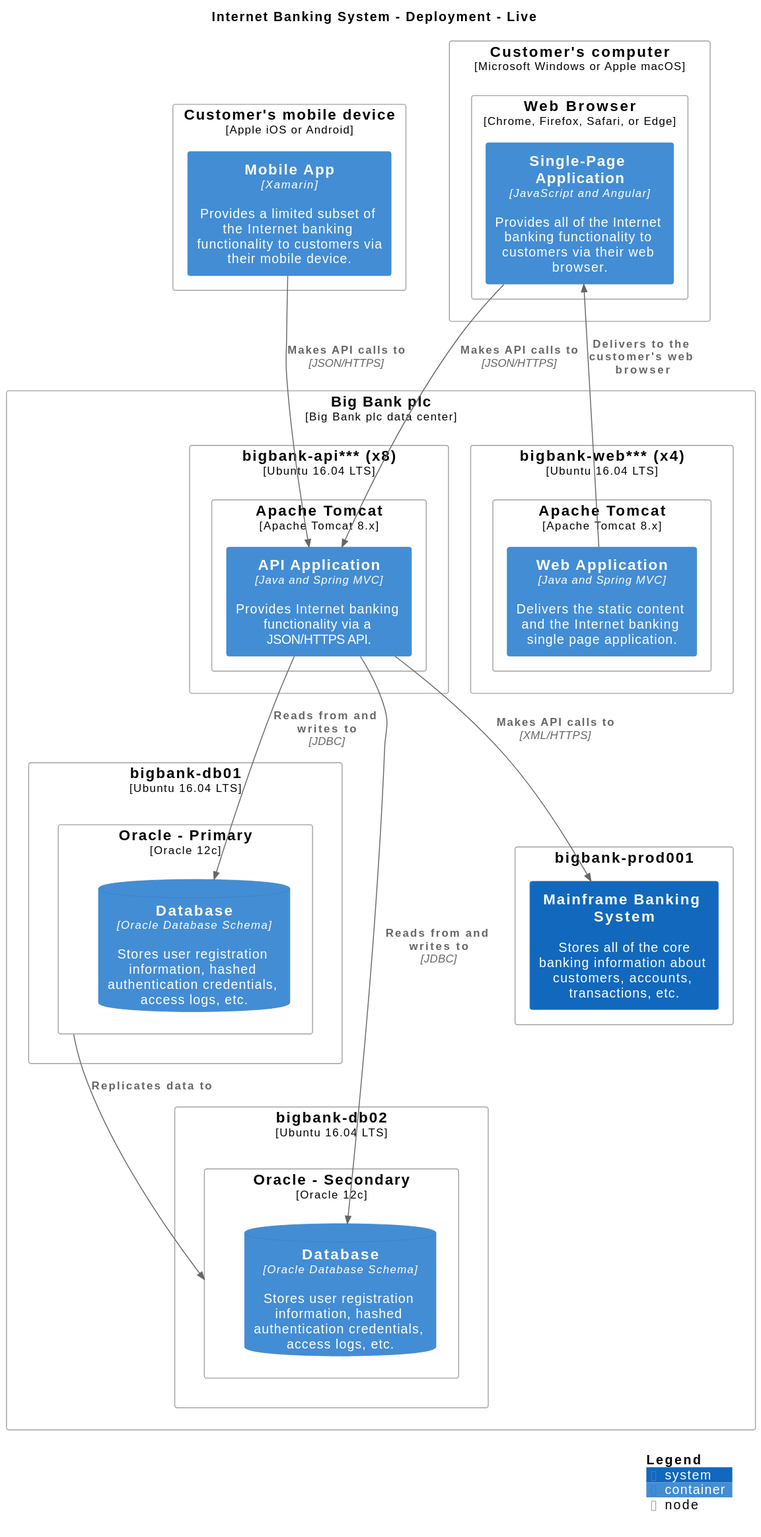
Earlier version of the PlantUML export main/svg/LiveDeployment.svg (avisi-cloud/structurizr-site-generatr). Its source is kept beside it as main/puml/LiveDeployment.puml. The source it was exported from:
```plantuml
@startuml
title Internet Banking System - Deployment - Live

top to bottom direction

!include https://raw.githubusercontent.com/plantuml-stdlib/C4-PlantUML/master/C4.puml
!include https://raw.githubusercontent.com/plantuml-stdlib/C4-PlantUML/master/C4_Context.puml
!include https://raw.githubusercontent.com/plantuml-stdlib/C4-PlantUML/master/C4_Container.puml
!include https://raw.githubusercontent.com/plantuml-stdlib/C4-PlantUML/master/C4_Deployment.puml

Deployment_Node(Live.Customersmobiledevice, "Customer's mobile device", "Apple iOS or Android", $tags="") {
  Container(Live.Customersmobiledevice.MobileApp_1, "Mobile App", "Xamarin", "Provides a limited subset of the Internet banking functionality to customers via their mobile device.", $tags="")
}

Deployment_Node(Live.Customerscomputer, "Customer's computer", "Microsoft Windows or Apple macOS", $tags="") {
  Deployment_Node(Live.Customerscomputer.WebBrowser, "Web Browser", "Chrome, Firefox, Safari, or Edge", $tags="") {
    Container(Live.Customerscomputer.WebBrowser.SinglePageApplication_1, "Single-Page Application", "JavaScript and Angular", "Provides all of the Internet banking functionality to customers via their web browser.", $tags="")
  }

}

Deployment_Node(Live.BigBankplc, "Big Bank plc", "Big Bank plc data center", $tags="") {
  Deployment_Node(Live.BigBankplc.bigbankapi, "bigbank-api*** (x8)", "Ubuntu 16.04 LTS", $tags="") {
    Deployment_Node(Live.BigBankplc.bigbankapi.ApacheTomcat, "Apache Tomcat", "Apache Tomcat 8.x", $tags="") {
      Container(Live.BigBankplc.bigbankapi.ApacheTomcat.APIApplication_1, "API Application", "Java and Spring MVC", "Provides Internet banking functionality via a JSON/HTTPS API.", $tags="")
    }

  }

  Deployment_Node(Live.BigBankplc.bigbankdb01, "bigbank-db01", "Ubuntu 16.04 LTS", $tags="") {
    Deployment_Node(Live.BigBankplc.bigbankdb01.OraclePrimary, "Oracle - Primary", "Oracle 12c", $tags="") {
      ContainerDb(Live.BigBankplc.bigbankdb01.OraclePrimary.Database_1, "Database", "Oracle Database Schema", "Stores user registration information, hashed authentication credentials, access logs, etc.", $tags="")
    }

  }

  Deployment_Node(Live.BigBankplc.bigbankdb02, "bigbank-db02", "Ubuntu 16.04 LTS", $tags="") {
    Deployment_Node(Live.BigBankplc.bigbankdb02.OracleSecondary, "Oracle - Secondary", "Oracle 12c", $tags="") {
      ContainerDb(Live.BigBankplc.bigbankdb02.OracleSecondary.Database_1, "Database", "Oracle Database Schema", "Stores user registration information, hashed authentication credentials, access logs, etc.", $tags="")
    }

  }

  Deployment_Node(Live.BigBankplc.bigbankprod001, "bigbank-prod001", $tags="") {
    System(Live.BigBankplc.bigbankprod001.MainframeBankingSystem_1, "Mainframe Banking System", "Stores all of the core banking information about customers, accounts, transactions, etc.", $tags="")
  }

  Deployment_Node(Live.BigBankplc.bigbankweb, "bigbank-web*** (x4)", "Ubuntu 16.04 LTS", $tags="") {
    Deployment_Node(Live.BigBankplc.bigbankweb.ApacheTomcat, "Apache Tomcat", "Apache Tomcat 8.x", $tags="") {
      Container(Live.BigBankplc.bigbankweb.ApacheTomcat.WebApplication_1, "Web Application", "Java and Spring MVC", "Delivers the static content and the Internet banking single page application.", $tags="")
    }

  }

}

Rel_D(Live.BigBankplc.bigbankweb.ApacheTomcat.WebApplication_1, Live.Customerscomputer.WebBrowser.SinglePageApplication_1, "Delivers to the customer's web browser", $tags="")
Rel_D(Live.Customerscomputer.WebBrowser.SinglePageApplication_1, Live.BigBankplc.bigbankapi.ApacheTomcat.APIApplication_1, "Makes API calls to", "JSON/HTTPS", $tags="")
Rel_D(Live.Customersmobiledevice.MobileApp_1, Live.BigBankplc.bigbankapi.ApacheTomcat.APIApplication_1, "Makes API calls to", "JSON/HTTPS", $tags="")
Rel_D(Live.BigBankplc.bigbankapi.ApacheTomcat.APIApplication_1, Live.BigBankplc.bigbankdb01.OraclePrimary.Database_1, "Reads from and writes to", "JDBC", $tags="")
Rel_D(Live.BigBankplc.bigbankapi.ApacheTomcat.APIApplication_1, Live.BigBankplc.bigbankdb02.OracleSecondary.Database_1, "Reads from and writes to", "JDBC", $tags="")
Rel_D(Live.BigBankplc.bigbankapi.ApacheTomcat.APIApplication_1, Live.BigBankplc.bigbankprod001.MainframeBankingSystem_1, "Makes API calls to", "XML/HTTPS", $tags="")
Rel_D(Live.BigBankplc.bigbankdb01.OraclePrimary, Live.BigBankplc.bigbankdb02.OracleSecondary, "Replicates data to", $tags="")

SHOW_LEGEND()
@enduml
```
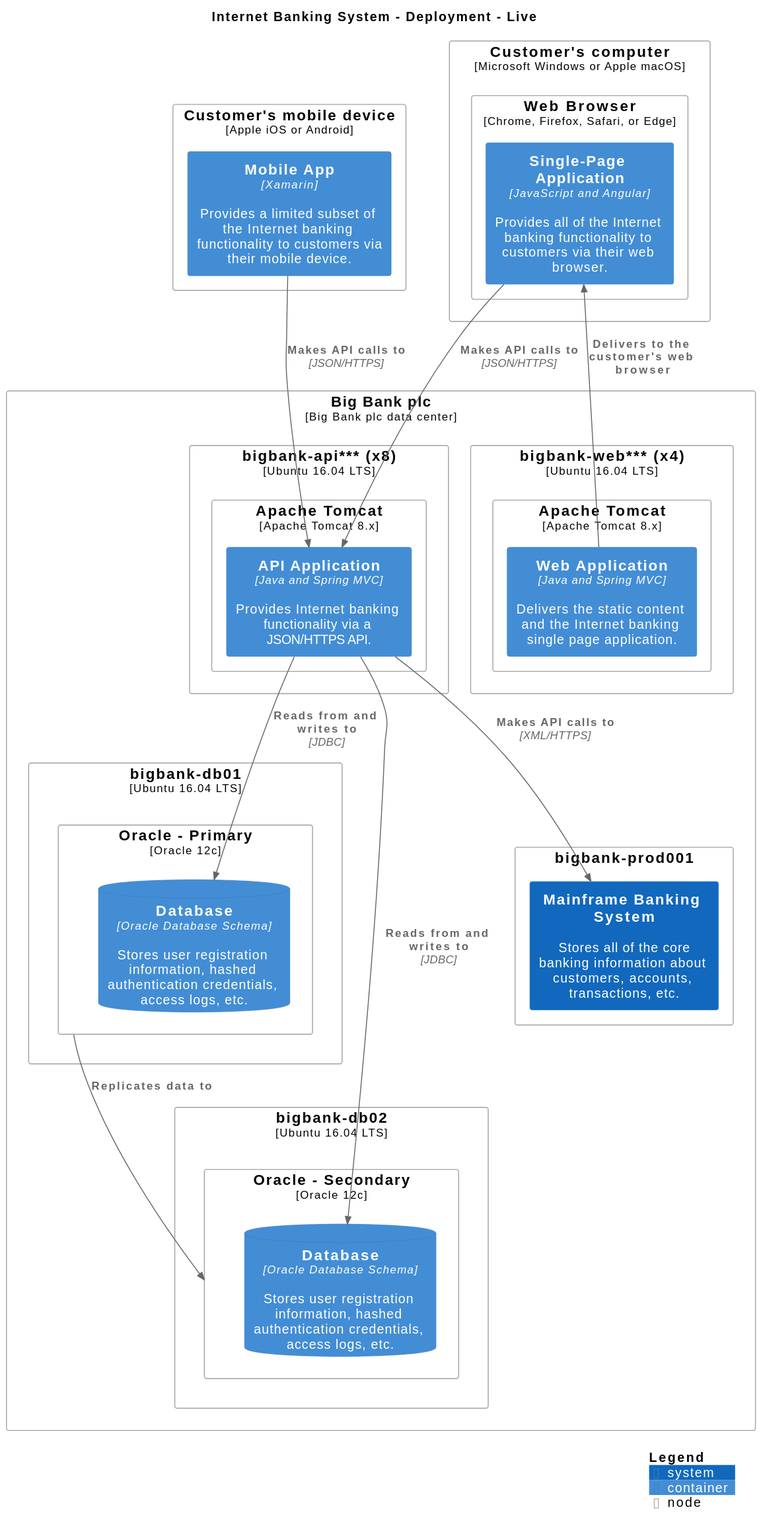
The same diagram one commit later.

What changed in the source:
```diff
@@ -55,8 +55,8 @@
 }
 
 Rel_D(Live.BigBankplc.bigbankweb.ApacheTomcat.WebApplication_1, Live.Customerscomputer.WebBrowser.SinglePageApplication_1, "Delivers to the customer's web browser", $tags="")
+Rel_D(Live.Customersmobiledevice.MobileApp_1, Live.BigBankplc.bigbankapi.ApacheTomcat.APIApplication_1, "Makes API calls to", "JSON/HTTPS", $tags="")
 Rel_D(Live.Customerscomputer.WebBrowser.SinglePageApplication_1, Live.BigBankplc.bigbankapi.ApacheTomcat.APIApplication_1, "Makes API calls to", "JSON/HTTPS", $tags="")
-Rel_D(Live.Customersmobiledevice.MobileApp_1, Live.BigBankplc.bigbankapi.ApacheTomcat.APIApplication_1, "Makes API calls to", "JSON/HTTPS", $tags="")
 Rel_D(Live.BigBankplc.bigbankapi.ApacheTomcat.APIApplication_1, Live.BigBankplc.bigbankdb01.OraclePrimary.Database_1, "Reads from and writes to", "JDBC", $tags="")
 Rel_D(Live.BigBankplc.bigbankapi.ApacheTomcat.APIApplication_1, Live.BigBankplc.bigbankdb02.OracleSecondary.Database_1, "Reads from and writes to", "JDBC", $tags="")
 Rel_D(Live.BigBankplc.bigbankapi.ApacheTomcat.APIApplication_1, Live.BigBankplc.bigbankprod001.MainframeBankingSystem_1, "Makes API calls to", "XML/HTTPS", $tags="")
```
